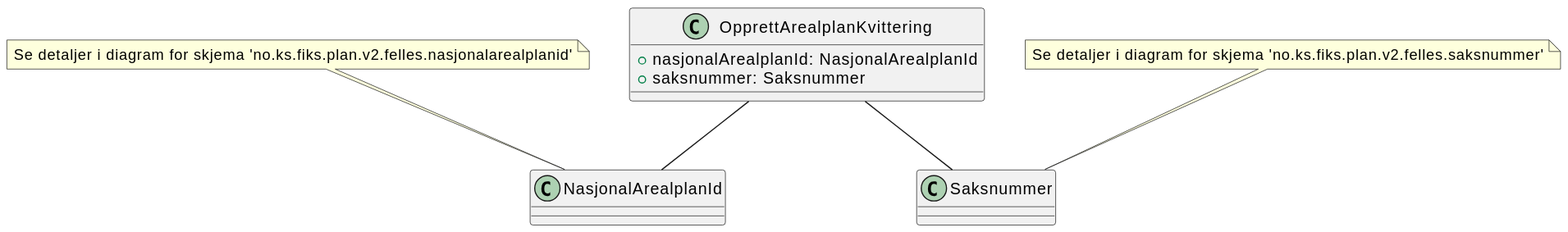
Above: Dokumentasjon/V2/ClassDiagrams/no.ks.fiks.plan.v2.oppdatering.arealplan.opprett.kvittering/arealplan-opprett-kvittering.svg in ks-no/fiks-plan-specification (PlantUML), before the change. Its diagram source:
```plantuml
@startuml
class OpprettArealplanKvittering {
    +nasjonalArealplanId: NasjonalArealplanId
    +saksnummer: Saksnummer
}

OpprettArealplanKvittering -- NasjonalArealplanId
OpprettArealplanKvittering -- Saksnummer

note top of NasjonalArealplanId : Se detaljer i diagram for skjema 'no.ks.fiks.plan.v2.felles.nasjonalarealplanid'
note top of Saksnummer : Se detaljer i diagram for skjema 'no.ks.fiks.plan.v2.felles.saksnummer'
@enduml
```
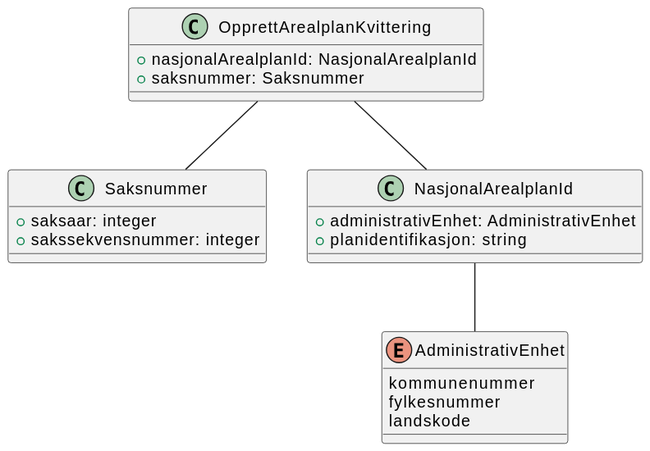
The same diagram one commit later.

What changed in the source:
```diff
@@ -1,4 +1,7 @@
 @startuml
+!include ./../no.ks.fiks.plan.v2.felles.saksnummer/saksnummer.pu
+!include ./../no.ks.fiks.plan.v2.felles.nasjonalarealplanid/nasjonalarealplanid.pu
+
 class OpprettArealplanKvittering {
     +nasjonalArealplanId: NasjonalArealplanId
     +saksnummer: Saksnummer
@@ -6,7 +9,4 @@
 
 OpprettArealplanKvittering -- NasjonalArealplanId
 OpprettArealplanKvittering -- Saksnummer
-
-note top of NasjonalArealplanId : Se detaljer i diagram for skjema 'no.ks.fiks.plan.v2.felles.nasjonalarealplanid'
-note top of Saksnummer : Se detaljer i diagram for skjema 'no.ks.fiks.plan.v2.felles.saksnummer'
 @enduml
```
